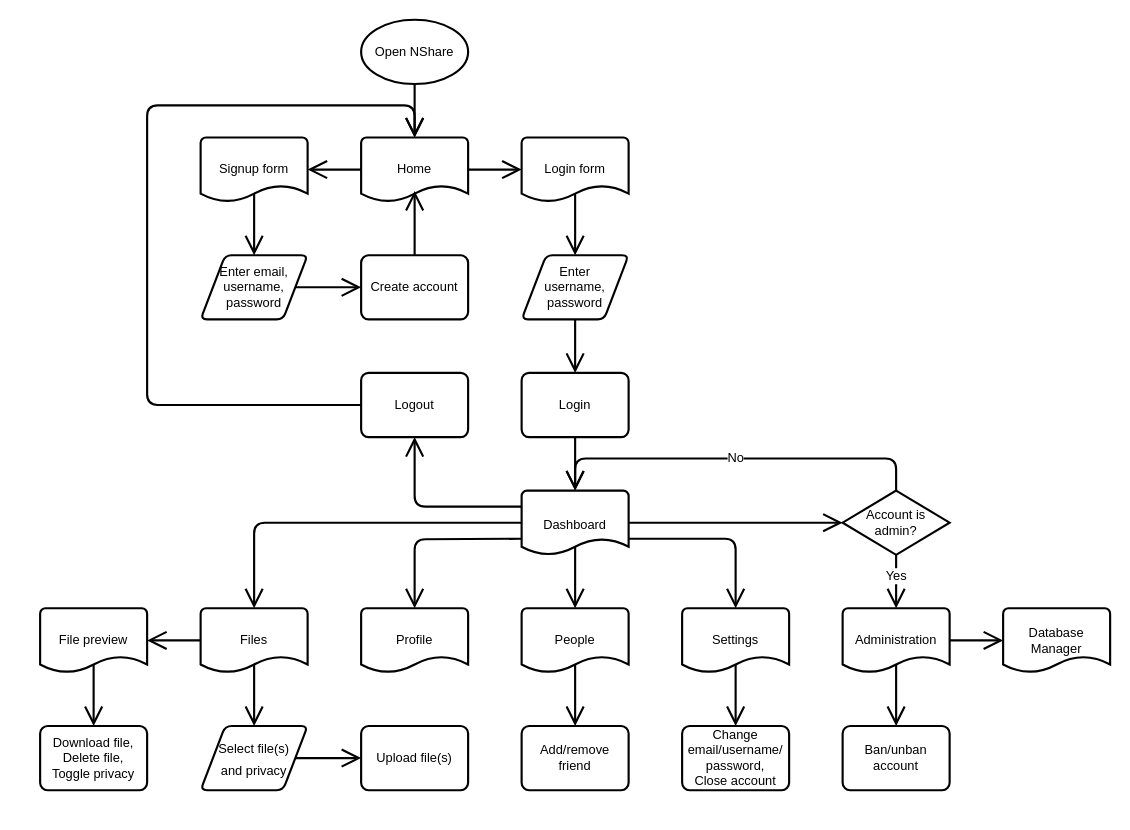
nozzato/nshare keeps this draw.io diagram as doc/flowchart.drawio. Above is the earlier version. Source tidied: cells renumbered, new cells numbered last; positions are measured from the earlier drawing's top-left corner, leaving out a move shared by most shapes. Both pictures are drawn from the tidied source at 107%, with x=0, y=0 at pixel (40, 19).
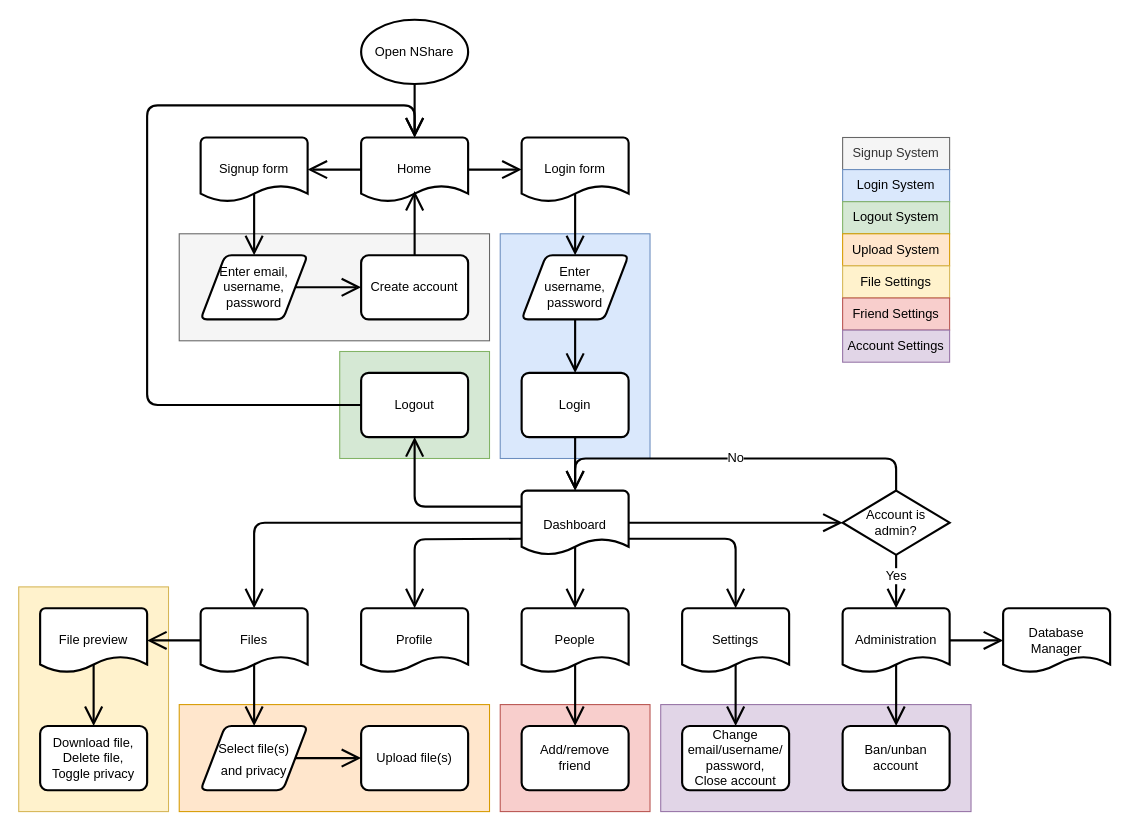
Above is the later version.

Commit message (it also covers changes not shown here):
Update flowchart and add DFDs

What changed in the source:
```diff
@@
+    <mxCell id="52" style="rounded=0;whiteSpace=wrap;html=1;glass=0;fillColor=#e1d5e7;strokeColor=#9673a6;" parent="1" vertex="1">
+      <mxGeometry x="580" y="640" width="290" height="100" as="geometry" />
+    </mxCell>
+    <mxCell id="53" style="rounded=0;whiteSpace=wrap;html=1;glass=0;fillColor=#f8cecc;strokeColor=#b85450;" parent="1" vertex="1">
+      <mxGeometry x="430" y="640" width="140" height="100" as="geometry" />
+    </mxCell>
+    <mxCell id="54" style="rounded=0;whiteSpace=wrap;html=1;glass=0;fillColor=#fff2cc;strokeColor=#d6b656;" parent="1" vertex="1">
+      <mxGeometry x="-20" y="530" width="140" height="210" as="geometry" />
+    </mxCell>
+    <mxCell id="55" style="rounded=0;whiteSpace=wrap;html=1;glass=0;fillColor=#ffe6cc;strokeColor=#d79b00;" parent="1" vertex="1">
+      <mxGeometry x="130" y="640" width="290" height="100" as="geometry" />
+    </mxCell>
+    <mxCell id="56" style="rounded=0;whiteSpace=wrap;html=1;glass=0;fillColor=#d5e8d4;strokeColor=#82b366;" parent="1" vertex="1">
+      <mxGeometry x="280" y="310" width="140" height="100" as="geometry" />
+    </mxCell>
+    <mxCell id="57" style="rounded=0;whiteSpace=wrap;html=1;glass=0;fillColor=#dae8fc;strokeColor=#6c8ebf;" parent="1" vertex="1">
+      <mxGeometry x="430" y="200" width="140" height="210" as="geometry" />
+    </mxCell>
+    <mxCell id="58" style="rounded=0;whiteSpace=wrap;html=1;glass=0;fillColor=#f5f5f5;fontColor=#333333;strokeColor=#666666;" parent="1" vertex="1">
+      <mxGeometry x="130" y="200" width="290" height="100" as="geometry" />
+    </mxCell>
@@
+    <mxCell id="59" value="Signup System" style="text;strokeColor=#666666;align=center;fillColor=#f5f5f5;html=1;verticalAlign=middle;whiteSpace=wrap;rounded=0;fontColor=#333333;" parent="1" vertex="1">
+      <mxGeometry x="750" y="110" width="100" height="30" as="geometry" />
+    </mxCell>
+    <mxCell id="60" value="Login System" style="text;strokeColor=#6c8ebf;align=center;fillColor=#dae8fc;html=1;verticalAlign=middle;whiteSpace=wrap;rounded=0;" parent="1" vertex="1">
+      <mxGeometry x="750" y="140" width="100" height="30" as="geometry" />
+    </mxCell>
+    <mxCell id="61" value="Logout System" style="text;strokeColor=#82b366;align=center;fillColor=#d5e8d4;html=1;verticalAlign=middle;whiteSpace=wrap;rounded=0;" parent="1" vertex="1">
+      <mxGeometry x="750" y="170" width="100" height="30" as="geometry" />
+    </mxCell>
+    <mxCell id="62" value="Upload System" style="text;strokeColor=#d79b00;align=center;fillColor=#ffe6cc;html=1;verticalAlign=middle;whiteSpace=wrap;rounded=0;" parent="1" vertex="1">
+      <mxGeometry x="750" y="200" width="100" height="30" as="geometry" />
+    </mxCell>
+    <mxCell id="63" value="File Settings" style="text;strokeColor=#d6b656;align=center;fillColor=#fff2cc;html=1;verticalAlign=middle;whiteSpace=wrap;rounded=0;" parent="1" vertex="1">
+      <mxGeometry x="750" y="230" width="100" height="30" as="geometry" />
+    </mxCell>
+    <mxCell id="64" value="Friend Settings" style="text;strokeColor=#b85450;align=center;fillColor=#f8cecc;html=1;verticalAlign=middle;whiteSpace=wrap;rounded=0;" parent="1" vertex="1">
+      <mxGeometry x="750" y="260" width="100" height="30" as="geometry" />
+    </mxCell>
+    <mxCell id="65" value="Account Settings" style="text;strokeColor=#9673a6;align=center;fillColor=#e1d5e7;html=1;verticalAlign=middle;whiteSpace=wrap;rounded=0;" parent="1" vertex="1">
+      <mxGeometry x="750" y="290" width="100" height="30" as="geometry" />
+    </mxCell>
```
